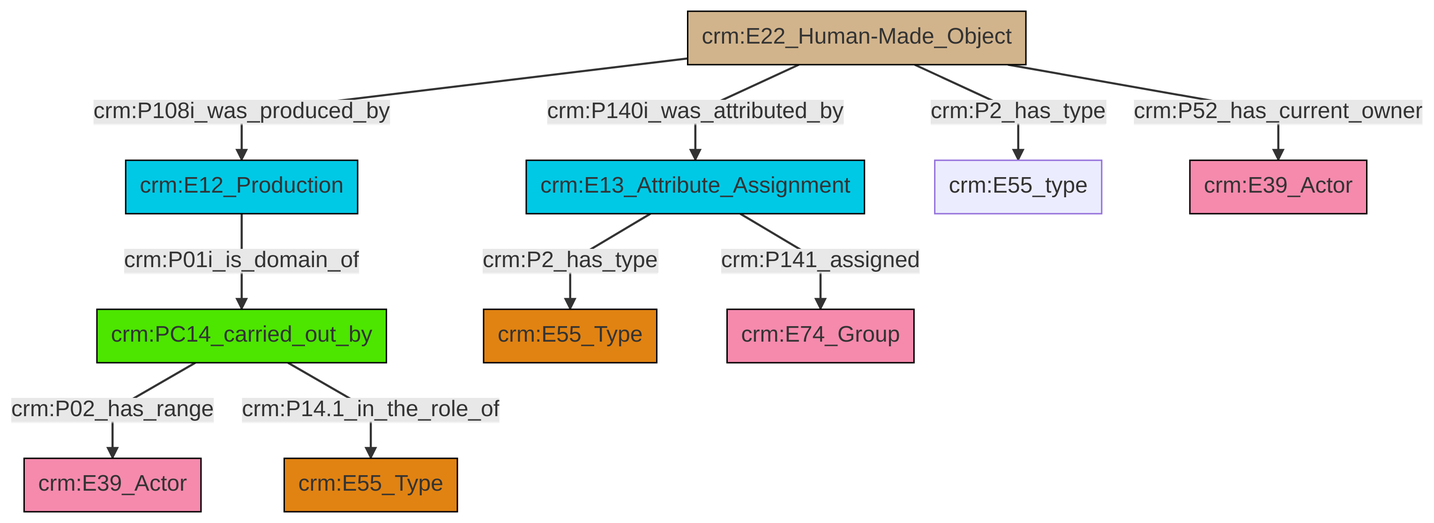
Above: et/builtWorkCSV/ttl/mmd/png/Built_Work_actor_relations.png in swiss-art-research-net/docs.swissartresearch (Mermaid), before the change. Its source is kept beside it as et/builtWorkCSV/ttl/mmd/Built_Work_actor_relations.ttl.mmd.
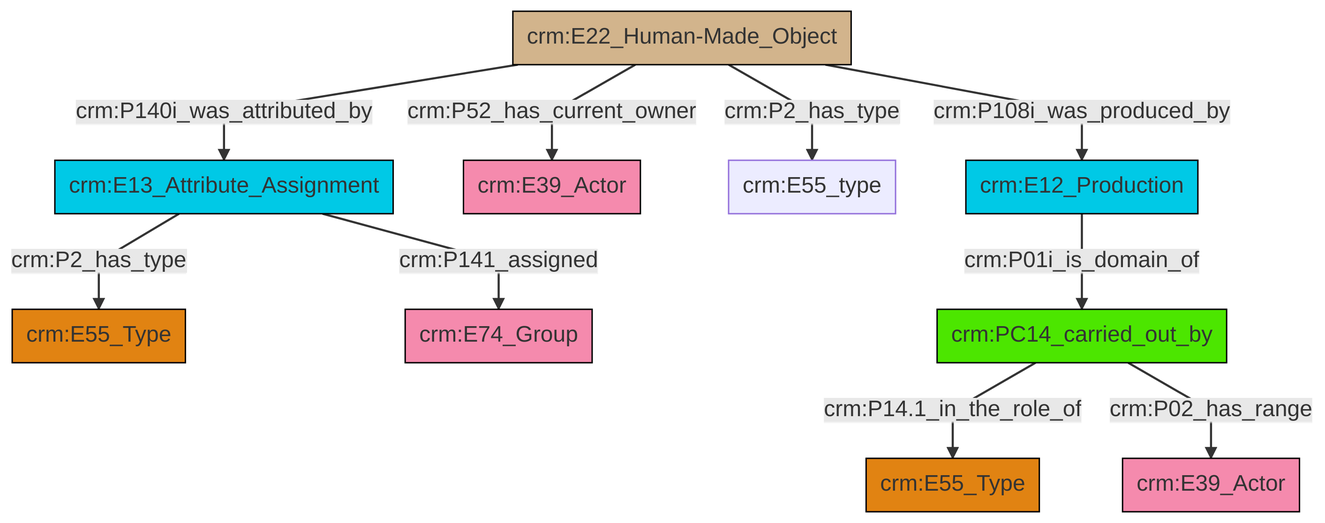
Above is the later version.

The edit, as a diff of the source:
```diff
@@ -13,12 +13,12 @@
 classDef PC_Classes fill:#4ce600, stroke:#000000;
 classDef Multi fill:#cccccc,stroke:#000000;
 
-0["crm:PC14_carried_out_by"]:::PC_Classes -->|crm:P02_has_range| 1["crm:E39_Actor"]:::Actor
-4["crm:E22_Human-Made_Object"]:::Physical_Thing -->|crm:P140i_was_attributed_by| 6["crm:E13_Attribute_Assignment"]:::Temporal_Entity
-7["crm:E12_Production"]:::Temporal_Entity -->|crm:P01i_is_domain_of| 0["crm:PC14_carried_out_by"]:::PC_Classes
-6["crm:E13_Attribute_Assignment"]:::Temporal_Entity -->|crm:P2_has_type| 2["crm:E55_Type"]:::Type
-4["crm:E22_Human-Made_Object"]:::Physical_Thing -->|crm:P2_has_type| 10["crm:E55_type"]:::Default
-4["crm:E22_Human-Made_Object"]:::Physical_Thing -->|crm:P108i_was_produced_by| 7["crm:E12_Production"]:::Temporal_Entity
-4["crm:E22_Human-Made_Object"]:::Physical_Thing -->|crm:P52_has_current_owner| 13["crm:E39_Actor"]:::Actor
-6["crm:E13_Attribute_Assignment"]:::Temporal_Entity -->|crm:P141_assigned| 17["crm:E74_Group"]:::Actor
-0["crm:PC14_carried_out_by"]:::PC_Classes -->|crm:P14.1_in_the_role_of| 11["crm:E55_Type"]:::Type
+4["crm:E22_Human-Made_Object"]:::Physical_Thing -->|crm:P52_has_current_owner| 5["crm:E39_Actor"]:::Actor
+4["crm:E22_Human-Made_Object"]:::Physical_Thing -->|crm:P2_has_type| 6["crm:E55_type"]:::Default
+0["crm:E13_Attribute_Assignment"]:::Temporal_Entity -->|crm:P141_assigned| 10["crm:E74_Group"]:::Actor
+4["crm:E22_Human-Made_Object"]:::Physical_Thing -->|crm:P108i_was_produced_by| 11["crm:E12_Production"]:::Temporal_Entity
+4["crm:E22_Human-Made_Object"]:::Physical_Thing -->|crm:P140i_was_attributed_by| 0["crm:E13_Attribute_Assignment"]:::Temporal_Entity
+11["crm:E12_Production"]:::Temporal_Entity -->|crm:P01i_is_domain_of| 16["crm:PC14_carried_out_by"]:::PC_Classes
+16["crm:PC14_carried_out_by"]:::PC_Classes -->|crm:P14.1_in_the_role_of| 2["crm:E55_Type"]:::Type
+16["crm:PC14_carried_out_by"]:::PC_Classes -->|crm:P02_has_range| 13["crm:E39_Actor"]:::Actor
+0["crm:E13_Attribute_Assignment"]:::Temporal_Entity -->|crm:P2_has_type| 8["crm:E55_Type"]:::Type
```
